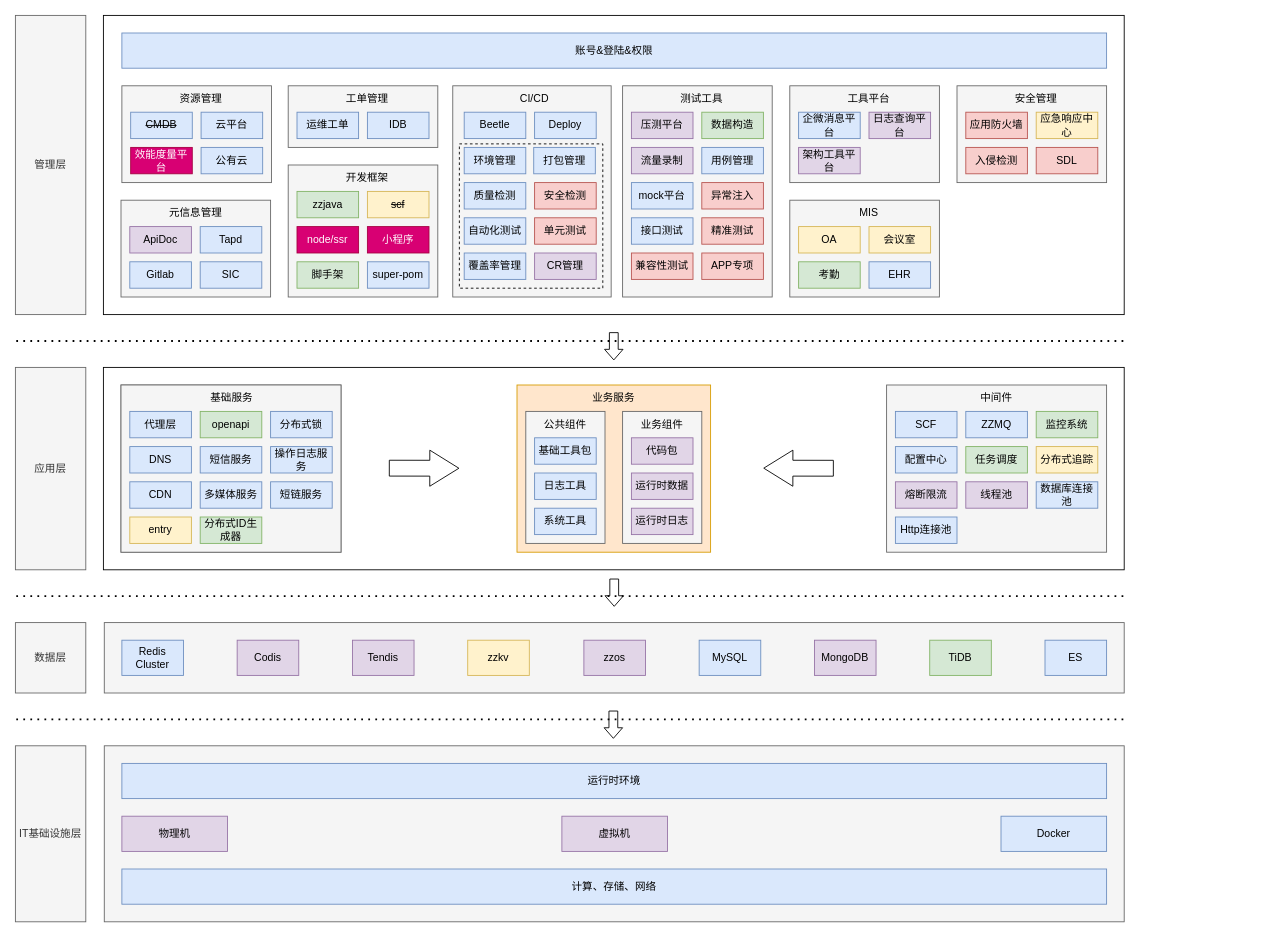
zhuanzhuan-tech/arch-draw-io keeps this draw.io diagram as tc/技术基础体系架构.drawio. Above is the earlier version. Source tidied: cells renumbered, new cells numbered last; positions are measured from the earlier drawing's top-left corner, leaving out a move shared by most shapes. Both pictures are drawn from the tidied source at 88%, with x=0, y=0 at pixel (15, 15).
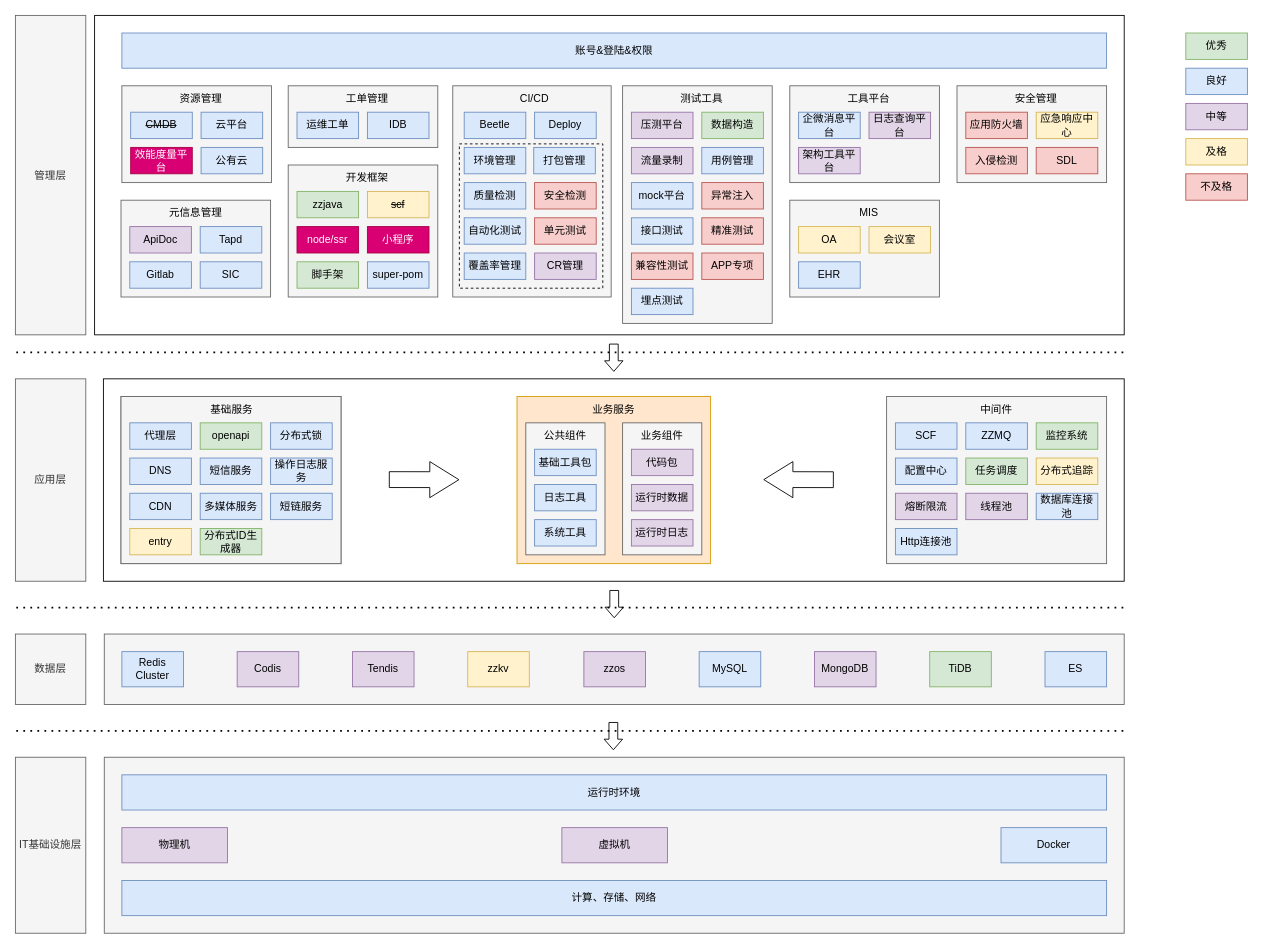
After the change.

Commit message (it also covers changes not shown here):
更新技术基础体系架构.drawio

The edit, as a diff of the source:
```diff
@@
     <mxCell id="2" style="rounded=0;whiteSpace=wrap;html=1;fillColor=#f5f5f5;fontColor=#333333;strokeColor=#666666;" parent="1" vertex="1">
-      <mxGeometry x="101" y="830" width="1159" height="200" as="geometry" />
+      <mxGeometry x="101" y="843" width="1159" height="200" as="geometry" />
     </mxCell>
     <mxCell id="3" value="IT基础设施层" style="rounded=0;whiteSpace=wrap;html=1;fillColor=#f5f5f5;fontColor=#333333;strokeColor=#666666;" parent="1" vertex="1">
-      <mxGeometry y="830" width="80" height="200" as="geometry" />
+      <mxGeometry y="843" width="80" height="200" as="geometry" />
     </mxCell>
     <mxCell id="4" value="计算、存储、网络" style="rounded=0;whiteSpace=wrap;html=1;fillColor=#dae8fc;strokeColor=#6c8ebf;" parent="1" vertex="1">
-      <mxGeometry x="121" y="970" width="1119" height="40" as="geometry" />
+      <mxGeometry x="121" y="983" width="1119" height="40" as="geometry" />
     </mxCell>
     <mxCell id="5" value="物理机" style="rounded=0;whiteSpace=wrap;html=1;fillColor=#e1d5e7;strokeColor=#9673a6;" parent="1" vertex="1">
-      <mxGeometry x="121" y="910" width="120" height="40" as="geometry" />
+      <mxGeometry x="121" y="923" width="120" height="40" as="geometry" />
     </mxCell>
     <mxCell id="6" value="运行时环境" style="rounded=0;whiteSpace=wrap;html=1;fillColor=#dae8fc;strokeColor=#6c8ebf;" parent="1" vertex="1">
-      <mxGeometry x="121" y="850" width="1119" height="40" as="geometry" />
+      <mxGeometry x="121" y="863" width="1119" height="40" as="geometry" />
     </mxCell>
     <mxCell id="7" value="虚拟机" style="rounded=0;whiteSpace=wrap;html=1;fillColor=#e1d5e7;strokeColor=#9673a6;" parent="1" vertex="1">
-      <mxGeometry x="621" y="910" width="120" height="40" as="geometry" />
+      <mxGeometry x="621" y="923" width="120" height="40" as="geometry" />
     </mxCell>
     <mxCell id="8" value="Docker" style="rounded=0;whiteSpace=wrap;html=1;fillColor=#dae8fc;strokeColor=#6c8ebf;" parent="1" vertex="1">
-      <mxGeometry x="1120" y="910" width="120" height="40" as="geometry" />
+      <mxGeometry x="1120" y="923" width="120" height="40" as="geometry" />
     </mxCell>
     <mxCell id="9" style="endArrow=none;dashed=1;html=1;dashPattern=1 3;strokeWidth=2;rounded=0;" parent="1" edge="1">
       <mxGeometry relative="1" as="geometry">
-        <mxPoint x="1" y="800" as="sourcePoint" />
-        <mxPoint x="1260" y="800" as="targetPoint" />
+        <mxPoint x="1" y="813" as="sourcePoint" />
+        <mxPoint x="1260" y="813" as="targetPoint" />
       </mxGeometry>
     </mxCell>
     <mxCell id="10" style="rounded=0;whiteSpace=wrap;html=1;fillColor=#f5f5f5;fontColor=#333333;strokeColor=#666666;" parent="1" vertex="1">
-      <mxGeometry x="101" y="690" width="1159" height="80" as="geometry" />
+      <mxGeometry x="101" y="703" width="1159" height="80" as="geometry" />
     </mxCell>
     <mxCell id="11" value="数据层" style="rounded=0;whiteSpace=wrap;html=1;fillColor=#f5f5f5;fontColor=#333333;strokeColor=#666666;" parent="1" vertex="1">
-      <mxGeometry y="690" width="80" height="80" as="geometry" />
+      <mxGeometry y="703" width="80" height="80" as="geometry" />
     </mxCell>
     <mxCell id="12" value="Redis Cluster" style="rounded=0;whiteSpace=wrap;html=1;fillColor=#dae8fc;strokeColor=#6c8ebf;" parent="1" vertex="1">
-      <mxGeometry x="121" y="710" width="70" height="40" as="geometry" />
+      <mxGeometry x="121" y="723" width="70" height="40" as="geometry" />
     </mxCell>
     <mxCell id="13" value="MySQL" style="rounded=0;whiteSpace=wrap;html=1;fillColor=#dae8fc;strokeColor=#6c8ebf;" parent="1" vertex="1">
-      <mxGeometry x="777" y="710" width="70" height="40" as="geometry" />
+      <mxGeometry x="777" y="723" width="70" height="40" as="geometry" />
     </mxCell>
     <mxCell id="14" value="ES" style="rounded=0;whiteSpace=wrap;html=1;fillColor=#dae8fc;strokeColor=#6c8ebf;" parent="1" vertex="1">
-      <mxGeometry x="1170" y="710" width="70" height="40" as="geometry" />
+      <mxGeometry x="1170" y="723" width="70" height="40" as="geometry" />
     </mxCell>
     <mxCell id="15" style="endArrow=none;dashed=1;html=1;dashPattern=1 3;strokeWidth=2;rounded=0;" parent="1" edge="1">
       <mxGeometry relative="1" as="geometry">
-        <mxPoint x="1" y="660" as="sourcePoint" />
-        <mxPoint x="1260" y="660" as="targetPoint" />
+        <mxPoint x="1" y="673" as="sourcePoint" />
+        <mxPoint x="1260" y="673" as="targetPoint" />
       </mxGeometry>
     </mxCell>
     <mxCell id="16" style="rounded=0;whiteSpace=wrap;html=1;" parent="1" vertex="1">
-      <mxGeometry x="100" y="400" width="1160" height="230" as="geometry" />
+      <mxGeometry x="100" y="413" width="1160" height="230" as="geometry" />
     </mxCell>
     <mxCell id="17" value="应用层" style="rounded=0;whiteSpace=wrap;html=1;fillColor=#f5f5f5;fontColor=#333333;strokeColor=#666666;" parent="1" vertex="1">
-      <mxGeometry y="400" width="80" height="230" as="geometry" />
+      <mxGeometry y="413" width="80" height="230" as="geometry" />
     </mxCell>
     <mxCell id="18" style="rounded=0;whiteSpace=wrap;html=1;" parent="1" vertex="1">
-      <mxGeometry x="100" width="1160" height="340" as="geometry" />
+      <mxGeometry x="90" width="1170" height="363" as="geometry" />
     </mxCell>
     <mxCell id="19" value="管理层" style="rounded=0;whiteSpace=wrap;html=1;fillColor=#f5f5f5;fontColor=#333333;strokeColor=#666666;" parent="1" vertex="1">
-      <mxGeometry width="80" height="340" as="geometry" />
+      <mxGeometry width="80" height="363" as="geometry" />
     </mxCell>
@@
-    <mxCell id="47" value="考勤" style="rounded=0;whiteSpace=wrap;html=1;fillColor=#d5e8d4;strokeColor=#82b366;" parent="1" vertex="1">
-      <mxGeometry x="890" y="280" width="70" height="30" as="geometry" />
-    </mxCell>
@@
     <mxCell id="49" value="EHR" style="rounded=0;whiteSpace=wrap;html=1;fillColor=#dae8fc;strokeColor=#6c8ebf;" parent="1" vertex="1">
-      <mxGeometry x="970" y="280" width="70" height="30" as="geometry" />
+      <mxGeometry x="890" y="280" width="70" height="30" as="geometry" />
     </mxCell>
@@
     <mxCell id="64" style="shape=flexArrow;endArrow=classic;html=1;rounded=0;width=10;endSize=3.67;endWidth=10;" parent="1" edge="1">
       <mxGeometry relative="1" as="geometry">
-        <mxPoint x="680.5" y="640" as="sourcePoint" />
-        <mxPoint x="680.5" y="672" as="targetPoint" />
+        <mxPoint x="680.5" y="653" as="sourcePoint" />
+        <mxPoint x="680.5" y="685" as="targetPoint" />
       </mxGeometry>
     </mxCell>
     <mxCell id="65" style="shape=flexArrow;endArrow=classic;html=1;rounded=0;width=10;endSize=3.67;endWidth=10;" parent="1" edge="1">
       <mxGeometry relative="1" as="geometry">
-        <mxPoint x="679.5" y="790" as="sourcePoint" />
-        <mxPoint x="679.5" y="822" as="targetPoint" />
+        <mxPoint x="679.5" y="803" as="sourcePoint" />
+        <mxPoint x="679.5" y="835" as="targetPoint" />
       </mxGeometry>
     </mxCell>
@@
     <mxCell id="68" value="&lt;div style=&quot;&quot;&gt;&lt;br&gt;&lt;/div&gt;" style="rounded=0;whiteSpace=wrap;html=1;fillColor=#f5f5f5;strokeColor=#666666;align=center;fontColor=#333333;" parent="1" vertex="1">
-      <mxGeometry x="690" y="80" width="170" height="240" as="geometry" />
+      <mxGeometry x="690" y="80" width="170" height="270" as="geometry" />
     </mxCell>
@@
     <mxCell id="82" value="MongoDB" style="rounded=0;whiteSpace=wrap;html=1;fillColor=#e1d5e7;strokeColor=#9673a6;" parent="1" vertex="1">
-      <mxGeometry x="908" y="710" width="70" height="40" as="geometry" />
+      <mxGeometry x="908" y="723" width="70" height="40" as="geometry" />
     </mxCell>
     <mxCell id="83" value="TiDB" style="rounded=0;whiteSpace=wrap;html=1;fillColor=#d5e8d4;strokeColor=#82b366;" parent="1" vertex="1">
-      <mxGeometry x="1039" y="710" width="70" height="40" as="geometry" />
+      <mxGeometry x="1039" y="723" width="70" height="40" as="geometry" />
     </mxCell>
     <mxCell id="84" style="group;rounded=0;fillColor=#f5f5f5;fontColor=#333333;strokeColor=#666666;" parent="1" vertex="1">
-      <mxGeometry x="120" y="420" width="250" height="190" as="geometry" />
+      <mxGeometry x="120" y="433" width="250" height="190" as="geometry" />
     </mxCell>
     <mxCell id="85" style="group;rounded=0;" parent="1" vertex="1">
-      <mxGeometry x="570" y="420" width="220" height="190" as="geometry" />
+      <mxGeometry x="570" y="433" width="220" height="190" as="geometry" />
     </mxCell>
@@
     <mxCell id="98" style="shape=flexArrow;endArrow=classic;html=1;rounded=0;entryX=0.33;entryY=0.609;entryDx=0;entryDy=0;entryPerimeter=0;endWidth=22;endSize=10.7;width=18;" parent="1" edge="1">
       <mxGeometry relative="1" as="geometry">
-        <mxPoint x="424.4" y="514.5" as="sourcePoint" />
-        <mxPoint x="504.5" y="514.6" as="targetPoint" />
+        <mxPoint x="424.4" y="527.5" as="sourcePoint" />
+        <mxPoint x="504.5" y="527.6" as="targetPoint" />
       </mxGeometry>
     </mxCell>
     <mxCell id="99" style="shape=flexArrow;endArrow=classic;html=1;rounded=0;entryX=0.33;entryY=0.609;entryDx=0;entryDy=0;entryPerimeter=0;endWidth=22;endSize=10.7;width=18;" parent="1" edge="1">
       <mxGeometry relative="1" as="geometry">
-        <mxPoint x="930" y="514.6" as="sourcePoint" />
-        <mxPoint x="849.9" y="514.5" as="targetPoint" />
+        <mxPoint x="930" y="527.6" as="sourcePoint" />
+        <mxPoint x="849.9" y="527.5" as="targetPoint" />
       </mxGeometry>
     </mxCell>
     <mxCell id="100" style="endArrow=none;dashed=1;html=1;dashPattern=1 3;strokeWidth=2;rounded=0;" parent="1" edge="1">
       <mxGeometry relative="1" as="geometry">
-        <mxPoint x="1" y="370" as="sourcePoint" />
-        <mxPoint x="1260" y="370" as="targetPoint" />
+        <mxPoint x="1" y="383" as="sourcePoint" />
+        <mxPoint x="1260" y="383" as="targetPoint" />
       </mxGeometry>
     </mxCell>
@@
     <mxCell id="102" style="shape=flexArrow;endArrow=classic;html=1;rounded=0;width=10;endSize=3.67;endWidth=10;" parent="1" edge="1">
       <mxGeometry relative="1" as="geometry">
-        <mxPoint x="680" y="360" as="sourcePoint" />
-        <mxPoint x="680" y="392" as="targetPoint" />
+        <mxPoint x="680" y="373" as="sourcePoint" />
+        <mxPoint x="680" y="405" as="targetPoint" />
       </mxGeometry>
     </mxCell>
     <mxCell id="103" value="Codis" style="rounded=0;whiteSpace=wrap;html=1;fillColor=#e1d5e7;strokeColor=#9673a6;" parent="1" vertex="1">
-      <mxGeometry x="252" y="710" width="70" height="40" as="geometry" />
+      <mxGeometry x="252" y="723" width="70" height="40" as="geometry" />
     </mxCell>
     <mxCell id="104" value="Tendis" style="rounded=0;whiteSpace=wrap;html=1;fillColor=#e1d5e7;strokeColor=#9673a6;" parent="1" vertex="1">
-      <mxGeometry x="383" y="710" width="70" height="40" as="geometry" />
+      <mxGeometry x="383" y="723" width="70" height="40" as="geometry" />
     </mxCell>
     <mxCell id="105" value="zzos" style="rounded=0;whiteSpace=wrap;html=1;fillColor=#e1d5e7;strokeColor=#9673a6;" parent="1" vertex="1">
-      <mxGeometry x="646" y="710" width="70" height="40" as="geometry" />
+      <mxGeometry x="646" y="723" width="70" height="40" as="geometry" />
     </mxCell>
     <mxCell id="106" value="zzkv" style="rounded=0;whiteSpace=wrap;html=1;fillColor=#fff2cc;strokeColor=#d6b656;" parent="1" vertex="1">
-      <mxGeometry x="514" y="710" width="70" height="40" as="geometry" />
+      <mxGeometry x="514" y="723" width="70" height="40" as="geometry" />
     </mxCell>
     <mxCell id="107" value="&lt;div style=&quot;&quot;&gt;&lt;br&gt;&lt;/div&gt;" style="rounded=0;whiteSpace=wrap;html=1;fillColor=#f5f5f5;strokeColor=#666666;align=center;fontColor=#333333;" parent="1" vertex="1">
-      <mxGeometry x="990" y="420" width="250" height="190" as="geometry" />
+      <mxGeometry x="990" y="433" width="250" height="190" as="geometry" />
     </mxCell>
     <mxCell id="108" value="熔断限流" style="rounded=0;whiteSpace=wrap;html=1;fillColor=#e1d5e7;strokeColor=#9673a6;" parent="1" vertex="1">
-      <mxGeometry x="1000" y="530" width="70" height="30" as="geometry" />
+      <mxGeometry x="1000" y="543" width="70" height="30" as="geometry" />
     </mxCell>
     <mxCell id="109" value="中间件" style="text;html=1;strokeColor=none;fillColor=none;align=center;verticalAlign=middle;whiteSpace=wrap;rounded=0;" parent="1" vertex="1">
-      <mxGeometry x="1085" y="420" width="60" height="30" as="geometry" />
+      <mxGeometry x="1085" y="433" width="60" height="30" as="geometry" />
     </mxCell>
     <mxCell id="110" value="配置中心" style="rounded=0;whiteSpace=wrap;html=1;fillColor=#dae8fc;strokeColor=#6c8ebf;" parent="1" vertex="1">
-      <mxGeometry x="1000" y="490" width="70" height="30" as="geometry" />
+      <mxGeometry x="1000" y="503" width="70" height="30" as="geometry" />
     </mxCell>
     <mxCell id="111" value="SCF" style="rounded=0;whiteSpace=wrap;html=1;fillColor=#dae8fc;strokeColor=#6c8ebf;" parent="1" vertex="1">
-      <mxGeometry x="1000" y="450" width="70" height="30" as="geometry" />
+      <mxGeometry x="1000" y="463" width="70" height="30" as="geometry" />
     </mxCell>
     <mxCell id="112" value="Http连接池" style="rounded=0;whiteSpace=wrap;html=1;fillColor=#dae8fc;strokeColor=#6c8ebf;" parent="1" vertex="1">
-      <mxGeometry x="1000" y="570" width="70" height="30" as="geometry" />
+      <mxGeometry x="1000" y="583" width="70" height="30" as="geometry" />
     </mxCell>
     <mxCell id="113" value="线程池" style="rounded=0;whiteSpace=wrap;html=1;fillColor=#e1d5e7;strokeColor=#9673a6;" parent="1" vertex="1">
-      <mxGeometry x="1080" y="530" width="70" height="30" as="geometry" />
+      <mxGeometry x="1080" y="543" width="70" height="30" as="geometry" />
     </mxCell>
     <mxCell id="114" value="任务调度" style="rounded=0;whiteSpace=wrap;html=1;fillColor=#d5e8d4;strokeColor=#82b366;" parent="1" vertex="1">
-      <mxGeometry x="1080" y="490" width="70" height="30" as="geometry" />
+      <mxGeometry x="1080" y="503" width="70" height="30" as="geometry" />
     </mxCell>
     <mxCell id="115" value="ZZMQ" style="rounded=0;whiteSpace=wrap;html=1;fillColor=#dae8fc;strokeColor=#6c8ebf;" parent="1" vertex="1">
-      <mxGeometry x="1080" y="450" width="70" height="30" as="geometry" />
+      <mxGeometry x="1080" y="463" width="70" height="30" as="geometry" />
     </mxCell>
     <mxCell id="116" value="数据库连接池" style="rounded=0;whiteSpace=wrap;html=1;fillColor=#dae8fc;strokeColor=#6c8ebf;" parent="1" vertex="1">
-      <mxGeometry x="1160" y="530" width="70" height="30" as="geometry" />
+      <mxGeometry x="1160" y="543" width="70" height="30" as="geometry" />
     </mxCell>
     <mxCell id="117" value="分布式追踪" style="rounded=0;whiteSpace=wrap;html=1;fillColor=#fff2cc;strokeColor=#d6b656;" parent="1" vertex="1">
-      <mxGeometry x="1160" y="490" width="70" height="30" as="geometry" />
+      <mxGeometry x="1160" y="503" width="70" height="30" as="geometry" />
     </mxCell>
     <mxCell id="118" value="监控系统" style="rounded=0;whiteSpace=wrap;html=1;fillColor=#d5e8d4;strokeColor=#82b366;" parent="1" vertex="1">
-      <mxGeometry x="1160" y="450" width="70" height="30" as="geometry" />
+      <mxGeometry x="1160" y="463" width="70" height="30" as="geometry" />
     </mxCell>
@@
     <mxCell id="125" value="&lt;div style=&quot;&quot;&gt;&lt;br&gt;&lt;/div&gt;" style="rounded=0;whiteSpace=wrap;html=1;fillColor=#f5f5f5;strokeColor=#666666;align=center;fontColor=#333333;" parent="1" vertex="1">
-      <mxGeometry x="120" y="420" width="250" height="190" as="geometry" />
+      <mxGeometry x="120" y="433" width="250" height="190" as="geometry" />
     </mxCell>
     <mxCell id="126" value="CDN" style="rounded=0;whiteSpace=wrap;html=1;fillColor=#dae8fc;strokeColor=#6c8ebf;" parent="1" vertex="1">
-      <mxGeometry x="130" y="530" width="70" height="30" as="geometry" />
+      <mxGeometry x="130" y="543" width="70" height="30" as="geometry" />
     </mxCell>
     <mxCell id="127" value="基础服务" style="text;html=1;strokeColor=none;fillColor=none;align=center;verticalAlign=middle;whiteSpace=wrap;rounded=0;" parent="1" vertex="1">
-      <mxGeometry x="216" y="420" width="60" height="30" as="geometry" />
+      <mxGeometry x="216" y="433" width="60" height="30" as="geometry" />
     </mxCell>
     <mxCell id="128" value="DNS" style="rounded=0;whiteSpace=wrap;html=1;fillColor=#dae8fc;strokeColor=#6c8ebf;" parent="1" vertex="1">
-      <mxGeometry x="130" y="490" width="70" height="30" as="geometry" />
+      <mxGeometry x="130" y="503" width="70" height="30" as="geometry" />
     </mxCell>
     <mxCell id="129" value="代理层" style="rounded=0;whiteSpace=wrap;html=1;fillColor=#dae8fc;strokeColor=#6c8ebf;" parent="1" vertex="1">
-      <mxGeometry x="130" y="450" width="70" height="30" as="geometry" />
+      <mxGeometry x="130" y="463" width="70" height="30" as="geometry" />
     </mxCell>
     <mxCell id="130" value="entry" style="rounded=0;whiteSpace=wrap;html=1;fillColor=#fff2cc;strokeColor=#d6b656;" parent="1" vertex="1">
-      <mxGeometry x="130" y="570" width="70" height="30" as="geometry" />
+      <mxGeometry x="130" y="583" width="70" height="30" as="geometry" />
     </mxCell>
     <mxCell id="131" value="多媒体服务" style="rounded=0;whiteSpace=wrap;html=1;fillColor=#dae8fc;strokeColor=#6c8ebf;" parent="1" vertex="1">
-      <mxGeometry x="210" y="530" width="70" height="30" as="geometry" />
+      <mxGeometry x="210" y="543" width="70" height="30" as="geometry" />
     </mxCell>
     <mxCell id="132" value="短信服务" style="rounded=0;whiteSpace=wrap;html=1;fillColor=#dae8fc;strokeColor=#6c8ebf;" parent="1" vertex="1">
-      <mxGeometry x="210" y="490" width="70" height="30" as="geometry" />
+      <mxGeometry x="210" y="503" width="70" height="30" as="geometry" />
     </mxCell>
     <mxCell id="133" value="openapi" style="rounded=0;whiteSpace=wrap;html=1;fillColor=#d5e8d4;strokeColor=#82b366;" parent="1" vertex="1">
-      <mxGeometry x="210" y="450" width="70" height="30" as="geometry" />
+      <mxGeometry x="210" y="463" width="70" height="30" as="geometry" />
     </mxCell>
     <mxCell id="134" value="分布式ID生成器" style="rounded=0;whiteSpace=wrap;html=1;fillColor=#d5e8d4;strokeColor=#82b366;" parent="1" vertex="1">
-      <mxGeometry x="210" y="570" width="70" height="30" as="geometry" />
+      <mxGeometry x="210" y="583" width="70" height="30" as="geometry" />
     </mxCell>
     <mxCell id="135" value="短链服务" style="rounded=0;whiteSpace=wrap;html=1;fillColor=#dae8fc;strokeColor=#6c8ebf;" parent="1" vertex="1">
-      <mxGeometry x="290" y="530" width="70" height="30" as="geometry" />
+      <mxGeometry x="290" y="543" width="70" height="30" as="geometry" />
     </mxCell>
     <mxCell id="136" value="操作日志服务" style="rounded=0;whiteSpace=wrap;html=1;fillColor=#dae8fc;strokeColor=#6c8ebf;" parent="1" vertex="1">
-      <mxGeometry x="290" y="490" width="70" height="30" as="geometry" />
+      <mxGeometry x="290" y="503" width="70" height="30" as="geometry" />
     </mxCell>
     <mxCell id="137" value="分布式锁" style="rounded=0;whiteSpace=wrap;html=1;fillColor=#dae8fc;strokeColor=#6c8ebf;" parent="1" vertex="1">
-      <mxGeometry x="290" y="450" width="70" height="30" as="geometry" />
+      <mxGeometry x="290" y="463" width="70" height="30" as="geometry" />
     </mxCell>
+    <mxCell id="138" value="优秀" style="rounded=0;whiteSpace=wrap;html=1;fillColor=#d5e8d4;strokeColor=#82b366;" parent="1" vertex="1">
+      <mxGeometry x="1330" y="20" width="70" height="30" as="geometry" />
+    </mxCell>
+    <mxCell id="139" value="良好" style="rounded=0;whiteSpace=wrap;html=1;fillColor=#dae8fc;strokeColor=#6c8ebf;" parent="1" vertex="1">
+      <mxGeometry x="1330" y="60" width="70" height="30" as="geometry" />
+    </mxCell>
+    <mxCell id="140" value="中等" style="rounded=0;whiteSpace=wrap;html=1;fillColor=#e1d5e7;strokeColor=#9673a6;" parent="1" vertex="1">
+      <mxGeometry x="1330" y="100" width="70" height="30" as="geometry" />
+    </mxCell>
+    <mxCell id="141" value="及格" style="rounded=0;whiteSpace=wrap;html=1;fillColor=#fff2cc;strokeColor=#d6b656;" parent="1" vertex="1">
+      <mxGeometry x="1330" y="140" width="70" height="30" as="geometry" />
+    </mxCell>
+    <mxCell id="142" value="不及格" style="rounded=0;whiteSpace=wrap;html=1;fillColor=#f8cecc;strokeColor=#b85450;" parent="1" vertex="1">
+      <mxGeometry x="1330" y="180" width="70" height="30" as="geometry" />
+    </mxCell>
+    <mxCell id="143" value="埋点测试" style="rounded=0;whiteSpace=wrap;html=1;fillColor=#dae8fc;strokeColor=#6c8ebf;" parent="1" vertex="1">
+      <mxGeometry x="700" y="310" width="70" height="30" as="geometry" />
+    </mxCell>
```
